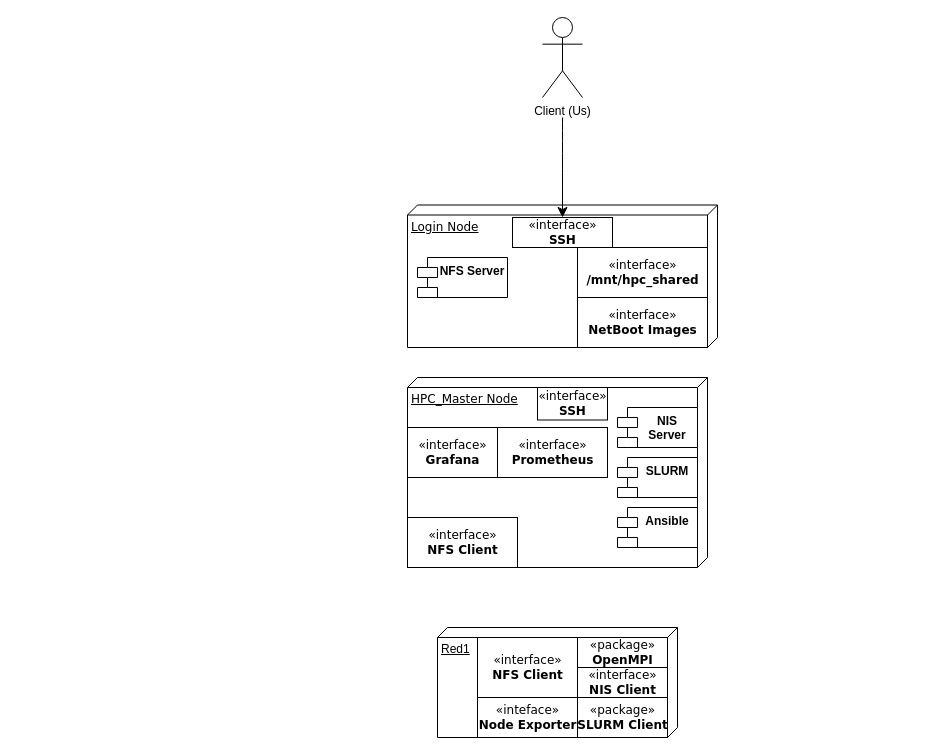
The draw.io diagram Deployment_Diagram_HPC_Raspberry_PI.drawio in JohnnyPol/Pi_Cluster-ECE_NTUA_2024-2025, before the edit. Source tidied: cells renumbered, new cells numbered last; positions are measured from the earlier drawing's top-left corner, leaving out a move shared by most shapes. Both pictures are drawn from the tidied source at 100%, with x=0, y=0 at pixel (407, 17).
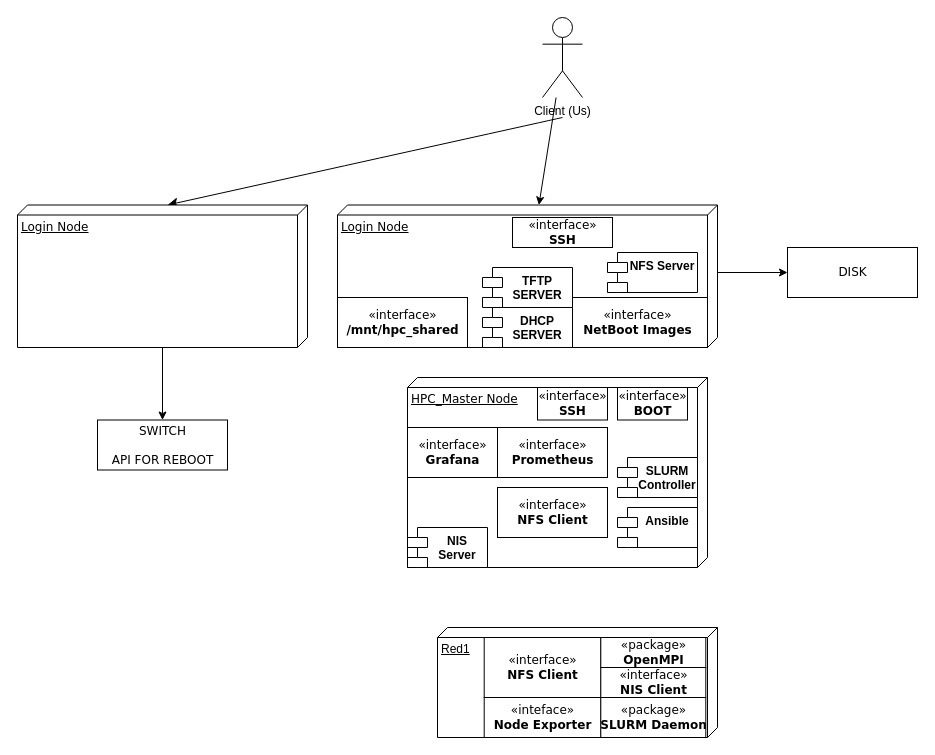
The same page after the edit.

Commit message:
[UML] Update on Dummy Diagram

The change refers to these unchanged cells:
```xml
<mxCell id="4" value="Client (Us)" style="shape=umlActor;verticalLabelPosition=bottom;verticalAlign=top;html=1;outlineConnect=0;" parent="1" vertex="1">
  <mxGeometry x="135" width="40" height="80" as="geometry" />
</mxCell>
<mxCell id="17" value="«interface»&lt;br&gt;&lt;b&gt;SSH&lt;/b&gt;" style="html=1;rounded=0;shadow=0;comic=0;labelBackgroundColor=none;strokeWidth=1;fontFamily=Verdana;fontSize=12;align=center;" parent="1" vertex="1">
  <mxGeometry x="105" y="200" width="100" height="30" as="geometry" />
</mxCell>
```

What changed in the source:
```diff
@@
+    <mxCell id="24" style="edgeStyle=none;html=1;entryX=0;entryY=0.5;entryDx=0;entryDy=0;" parent="1" edge="1" source="19" target="28">
+      <mxGeometry relative="1" as="geometry" />
+    </mxCell>
     <mxCell id="2" value="Login Node" style="verticalAlign=top;align=left;spacingTop=8;spacingLeft=2;spacingRight=12;shape=cube;size=10;direction=south;fontStyle=4;html=1;rounded=0;shadow=0;comic=0;labelBackgroundColor=none;strokeWidth=1;fontFamily=Verdana;fontSize=12;FillColor=#006400;rotation=0;" parent="1" vertex="1">
-      <mxGeometry y="187.5" width="310" height="142.5" as="geometry" />
+      <mxGeometry x="-70" y="187.5" width="380" height="142.5" as="geometry" />
     </mxCell>
@@
+    <mxCell id="25" style="edgeStyle=none;html=1;" parent="1" edge="1" source="4" target="2">
+      <mxGeometry relative="1" as="geometry" />
+    </mxCell>
@@
-    <mxCell id="5" value="«interface»&lt;br&gt;&lt;b&gt;NetBoot Images&lt;/b&gt;" style="html=1;rounded=0;shadow=0;comic=0;labelBackgroundColor=none;strokeWidth=1;fontFamily=Verdana;fontSize=12;align=center;" parent="1" vertex="1">
-      <mxGeometry x="170" y="280" width="130" height="50" as="geometry" />
+    <mxCell id="5" value="«interface»&lt;br&gt;&lt;b&gt;NetBoot Images&lt;br&gt;&lt;/b&gt;" style="html=1;rounded=0;shadow=0;comic=0;labelBackgroundColor=none;strokeWidth=1;fontFamily=Verdana;fontSize=12;align=center;" parent="1" vertex="1">
+      <mxGeometry x="160" y="280" width="140" height="50" as="geometry" />
     </mxCell>
-    <mxCell id="6" value="&lt;b&gt;SLURM&lt;/b&gt;" style="shape=module;align=left;spacingLeft=20;align=center;verticalAlign=top;whiteSpace=wrap;html=1;" parent="1" vertex="1">
+    <mxCell id="6" value="&lt;b&gt;SLURM Controller&lt;/b&gt;" style="shape=module;align=left;spacingLeft=20;align=center;verticalAlign=top;whiteSpace=wrap;html=1;" parent="1" vertex="1">
       <mxGeometry x="210" y="440" width="80" height="40" as="geometry" />
     </mxCell>
     <mxCell id="7" value="&lt;b&gt;NIS Server&lt;/b&gt;" style="shape=module;align=left;spacingLeft=20;align=center;verticalAlign=top;whiteSpace=wrap;html=1;" parent="1" vertex="1">
-      <mxGeometry x="210" y="390" width="80" height="40" as="geometry" />
+      <mxGeometry y="510" width="80" height="40" as="geometry" />
     </mxCell>
     <mxCell id="8" value="«interface»&lt;br&gt;&lt;b&gt;NFS Client&lt;/b&gt;" style="html=1;rounded=0;shadow=0;comic=0;labelBackgroundColor=none;strokeWidth=1;fontFamily=Verdana;fontSize=12;align=center;" parent="1" vertex="1">
-      <mxGeometry y="500" width="110" height="50" as="geometry" />
+      <mxGeometry x="90" y="470" width="110" height="50" as="geometry" />
     </mxCell>
     <mxCell id="9" style="group;" parent="1" vertex="1">
-      <mxGeometry x="30" y="610" width="240" height="110" as="geometry" />
+      <mxGeometry x="30" y="610" width="280" height="110" as="geometry" />
     </mxCell>
     <mxCell id="10" value="Red1&lt;div&gt;&lt;br&gt;&lt;/div&gt;" style="verticalAlign=top;align=left;spacingTop=8;spacingLeft=2;spacingRight=12;shape=cube;size=10;direction=south;fontStyle=4;html=1;whiteSpace=wrap;" parent="9" vertex="1">
-      <mxGeometry width="240" height="110" as="geometry" />
+      <mxGeometry width="280" height="110" as="geometry" />
     </mxCell>
     <mxCell id="11" value="«interface»&lt;br&gt;&lt;b&gt;NFS Client&lt;/b&gt;" style="html=1;rounded=0;shadow=0;comic=0;labelBackgroundColor=none;strokeWidth=1;fontFamily=Verdana;fontSize=12;align=center;" parent="9" vertex="1">
-      <mxGeometry x="40" y="10" width="100" height="60" as="geometry" />
+      <mxGeometry x="46.7" y="10" width="116.7" height="60" as="geometry" />
     </mxCell>
     <mxCell id="12" value="«package»&lt;br&gt;&lt;b&gt;OpenMPI&lt;/b&gt;" style="html=1;rounded=0;shadow=0;comic=0;labelBackgroundColor=none;strokeWidth=1;fontFamily=Verdana;fontSize=12;align=center;" parent="9" vertex="1">
-      <mxGeometry x="140" y="10" width="90" height="30" as="geometry" />
+      <mxGeometry x="163.3" y="10" width="105" height="30" as="geometry" />
     </mxCell>
     <mxCell id="13" value="«inteface»&lt;br&gt;&lt;b&gt;Node Exporter&lt;/b&gt;" style="html=1;rounded=0;shadow=0;comic=0;labelBackgroundColor=none;strokeWidth=1;fontFamily=Verdana;fontSize=12;align=center;" parent="9" vertex="1">
-      <mxGeometry x="40" y="70" width="100" height="40" as="geometry" />
+      <mxGeometry x="46.7" y="70" width="116.7" height="40" as="geometry" />
     </mxCell>
     <mxCell id="14" value="«interface»&lt;br&gt;&lt;b&gt;NIS Client&lt;/b&gt;" style="html=1;rounded=0;shadow=0;comic=0;labelBackgroundColor=none;strokeWidth=1;fontFamily=Verdana;fontSize=12;align=center;" parent="9" vertex="1">
-      <mxGeometry x="140" y="40" width="90" height="30" as="geometry" />
+      <mxGeometry x="163.3" y="40" width="105" height="30" as="geometry" />
     </mxCell>
-    <mxCell id="15" value="«package»&lt;br&gt;&lt;b&gt;SLURM Client&lt;/b&gt;" style="html=1;rounded=0;shadow=0;comic=0;labelBackgroundColor=none;strokeWidth=1;fontFamily=Verdana;fontSize=12;align=center;" parent="9" vertex="1">
-      <mxGeometry x="140" y="70" width="90" height="40" as="geometry" />
+    <mxCell id="15" value="«package»&lt;br&gt;&lt;b&gt;SLURM Daemon&lt;/b&gt;" style="html=1;rounded=0;shadow=0;comic=0;labelBackgroundColor=none;strokeWidth=1;fontFamily=Verdana;fontSize=12;align=center;" parent="9" vertex="1">
+      <mxGeometry x="163.3" y="70" width="105" height="40" as="geometry" />
     </mxCell>
@@
-    <mxCell id="19" value="&lt;b&gt;NFS Server&lt;/b&gt;" style="shape=module;align=left;spacingLeft=20;align=center;verticalAlign=top;whiteSpace=wrap;html=1;" parent="1" vertex="1">
-      <mxGeometry x="10" y="240" width="90" height="40" as="geometry" />
+    <mxCell id="19" value="&lt;b&gt;NFS Server&lt;br&gt;&lt;br&gt;&lt;/b&gt;" style="shape=module;align=left;spacingLeft=20;align=center;verticalAlign=top;whiteSpace=wrap;html=1;" parent="1" vertex="1">
+      <mxGeometry x="200" y="235" width="90" height="40" as="geometry" />
     </mxCell>
@@
-    <mxCell id="21" style="edgeStyle=none;curved=1;rounded=0;jettySize=auto;html=1;fontSize=12;startSize=8;endSize=8;" parent="1" edge="1" target="17">
+    <mxCell id="21" style="edgeStyle=none;curved=1;rounded=0;jettySize=auto;html=1;fontSize=12;startSize=8;endSize=8;entryX=0;entryY=0;entryDx=0;entryDy=140;entryPerimeter=0;" parent="1" edge="1" target="32">
       <mxGeometry relative="1" as="geometry">
         <mxPoint x="155" y="100" as="sourcePoint" />
       </mxGeometry>
     </mxCell>
@@
     <mxCell id="23" value="«interface»&lt;br&gt;&lt;b&gt;/mnt/hpc_shared&lt;/b&gt;" style="html=1;rounded=0;shadow=0;comic=0;labelBackgroundColor=none;strokeWidth=1;fontFamily=Verdana;fontSize=12;align=center;" parent="1" vertex="1">
-      <mxGeometry x="170" y="230" width="130" height="50" as="geometry" />
+      <mxGeometry x="-70" y="280" width="130" height="50" as="geometry" />
     </mxCell>
+    <mxCell id="26" value="&lt;b&gt;TFTP SERVER&lt;/b&gt;" style="shape=module;align=left;spacingLeft=20;align=center;verticalAlign=top;whiteSpace=wrap;html=1;" parent="1" vertex="1">
+      <mxGeometry x="75" y="250" width="90" height="40" as="geometry" />
+    </mxCell>
+    <mxCell id="27" value="&lt;b&gt;DHCP SERVER&lt;/b&gt;" style="shape=module;align=left;spacingLeft=20;align=center;verticalAlign=top;whiteSpace=wrap;html=1;" parent="1" vertex="1">
+      <mxGeometry x="75" y="290" width="90" height="40" as="geometry" />
+    </mxCell>
+    <mxCell id="28" value="DISK" style="html=1;rounded=0;shadow=0;comic=0;labelBackgroundColor=none;strokeWidth=1;fontFamily=Verdana;fontSize=12;align=center;" parent="1" vertex="1">
+      <mxGeometry x="380" y="230" width="130" height="50" as="geometry" />
+    </mxCell>
+    <mxCell id="29" value="«interface»&lt;br&gt;&lt;b&gt;BOOT&lt;/b&gt;" style="html=1;rounded=0;shadow=0;comic=0;labelBackgroundColor=none;strokeWidth=1;fontFamily=Verdana;fontSize=12;align=center;" parent="1" vertex="1">
+      <mxGeometry x="210" y="370" width="70" height="32.5" as="geometry" />
+    </mxCell>
+    <mxCell id="30" value="SWITCH&lt;div&gt;&lt;br&gt;&lt;/div&gt;&lt;div&gt;API FOR REBOOT&lt;/div&gt;" style="html=1;rounded=0;shadow=0;comic=0;labelBackgroundColor=none;strokeWidth=1;fontFamily=Verdana;fontSize=12;align=center;" parent="1" vertex="1">
+      <mxGeometry x="-310" y="402.5" width="130" height="50" as="geometry" />
+    </mxCell>
+    <mxCell id="31" style="edgeStyle=none;html=1;" parent="1" edge="1" source="32" target="30">
+      <mxGeometry relative="1" as="geometry" />
+    </mxCell>
+    <mxCell id="32" value="Login Node" style="verticalAlign=top;align=left;spacingTop=8;spacingLeft=2;spacingRight=12;shape=cube;size=10;direction=south;fontStyle=4;html=1;rounded=0;shadow=0;comic=0;labelBackgroundColor=none;strokeWidth=1;fontFamily=Verdana;fontSize=12;FillColor=#006400;rotation=0;" parent="1" vertex="1">
+      <mxGeometry x="-390" y="187.5" width="290" height="142.5" as="geometry" />
+    </mxCell>
```
